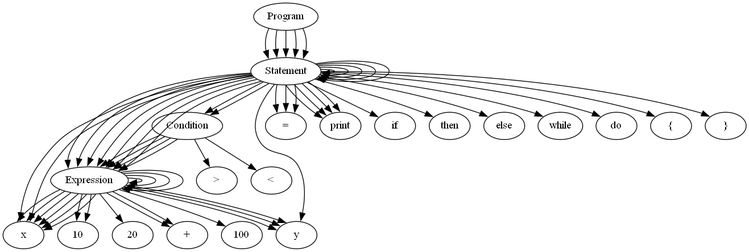
Above: tree.png in JessicaOI/Lab0 (Graphviz), before the change. Its source is kept beside it as tree.dot.
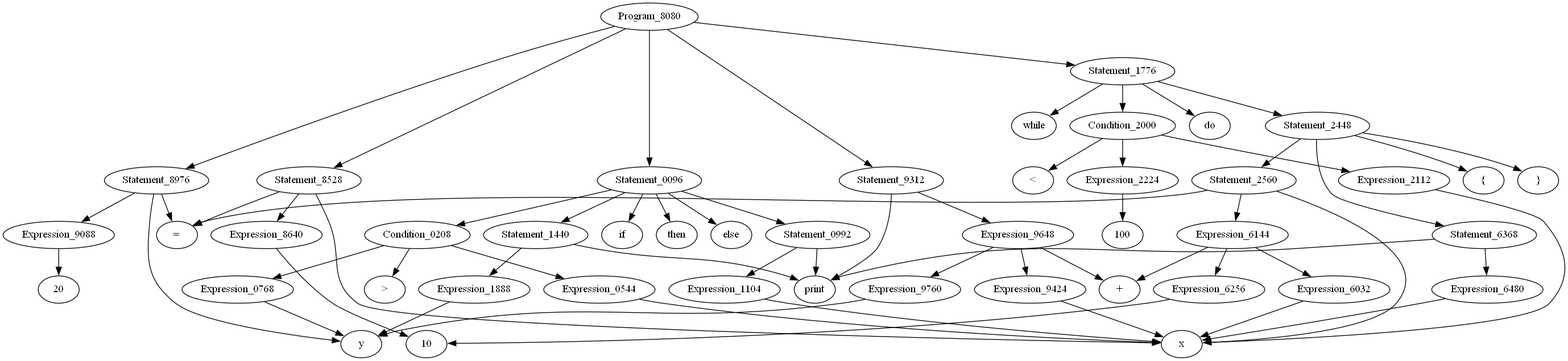
The same file after the commit.

What changed in the source:
```diff
@@ -1,125 +1,131 @@
 digraph tree {
-    "Program";
-    "Statement";
+rankdir=TB;
+nodesep=0.6;
+ranksep=0.8;
+digraph tree {
+    "Program_5264";
+    "Statement_5712";
     "x";
     "=";
-    "Expression";
+    "Expression_5824";
     "10";
-    "Statement";
+    "Statement_6160";
     "y";
     "=";
-    "Expression";
+    "Expression_6272";
     "20";
-    "Statement";
+    "Statement_6496";
     "print";
-    "Expression";
-    "Expression";
+    "Expression_6832";
+    "Expression_6608";
     "x";
     "+";
-    "Expression";
+    "Expression_6944";
     "y";
-    "Statement";
+    "Statement_7280";
     "if";
-    "Condition";
-    "Expression";
+    "Condition_7392";
+    "Expression_7728";
     "x";
     ">";
-    "Expression";
+    "Expression_7952";
     "y";
     "then";
-    "Statement";
+    "Statement_8176";
     "print";
-    "Expression";
+    "Expression_8288";
     "x";
     "else";
-    "Statement";
+    "Statement_8624";
     "print";
-    "Expression";
+    "Expression_9072";
     "y";
-    "Statement";
+    "Statement_8960";
     "while";
-    "Condition";
-    "Expression";
+    "Condition_9184";
+    "Expression_9296";
     "x";
     "<";
-    "Expression";
+    "Expression_9408";
     "100";
     "do";
-    "Statement";
+    "Statement_9632";
     "{";
-    "Statement";
+    "Statement_9744";
     "x";
     "=";
-    "Expression";
-    "Expression";
+    "Expression_3328";
+    "Expression_3216";
     "x";
     "+";
-    "Expression";
+    "Expression_3440";
     "10";
-    "Statement";
+    "Statement_3552";
     "print";
-    "Expression";
+    "Expression_3664";
     "x";
     "}";
-    "Program" -> "Statement";
-    "Program" -> "Statement";
-    "Program" -> "Statement";
-    "Program" -> "Statement";
-    "Program" -> "Statement";
-    "Statement" -> "x";
-    "Statement" -> "=";
-    "Statement" -> "Expression";
-    "Expression" -> "10";
-    "Statement" -> "y";
-    "Statement" -> "=";
-    "Statement" -> "Expression";
-    "Expression" -> "20";
-    "Statement" -> "print";
-    "Statement" -> "Expression";
-    "Expression" -> "Expression";
-    "Expression" -> "+";
-    "Expression" -> "Expression";
-    "Expression" -> "x";
-    "Expression" -> "y";
-    "Statement" -> "if";
-    "Statement" -> "Condition";
-    "Statement" -> "then";
-    "Statement" -> "Statement";
-    "Statement" -> "else";
-    "Statement" -> "Statement";
-    "Condition" -> "Expression";
-    "Condition" -> ">";
-    "Condition" -> "Expression";
-    "Expression" -> "x";
-    "Expression" -> "y";
-    "Statement" -> "print";
-    "Statement" -> "Expression";
-    "Expression" -> "x";
-    "Statement" -> "print";
-    "Statement" -> "Expression";
-    "Expression" -> "y";
-    "Statement" -> "while";
-    "Statement" -> "Condition";
-    "Statement" -> "do";
-    "Statement" -> "Statement";
-    "Condition" -> "Expression";
-    "Condition" -> "<";
-    "Condition" -> "Expression";
-    "Expression" -> "x";
-    "Expression" -> "100";
-    "Statement" -> "{";
-    "Statement" -> "Statement";
-    "Statement" -> "Statement";
-    "Statement" -> "}";
-    "Statement" -> "x";
-    "Statement" -> "=";
-    "Statement" -> "Expression";
-    "Expression" -> "Expression";
-    "Expression" -> "+";
-    "Expression" -> "Expression";
-    "Expression" -> "x";
-    "Expression" -> "10";
-    "Statement" -> "print";
-    "Statement" -> "Expression";
-    "Expression" -> "x";
+    "Program_5264" -> "Statement_5712";
+    "Program_5264" -> "Statement_6160";
+    "Program_5264" -> "Statement_6496";
+    "Program_5264" -> "Statement_7280";
+    "Program_5264" -> "Statement_8960";
+    "Statement_5712" -> "x";
+    "Statement_5712" -> "=";
+    "Statement_5712" -> "Expression_5824";
+    "Expression_5824" -> "10";
+    "Statement_6160" -> "y";
+    "Statement_6160" -> "=";
+    "Statement_6160" -> "Expression_6272";
+    "Expression_6272" -> "20";
+    "Statement_6496" -> "print";
+    "Statement_6496" -> "Expression_6832";
+    "Expression_6832" -> "Expression_6608";
+    "Expression_6832" -> "+";
+    "Expression_6832" -> "Expression_6944";
+    "Expression_6608" -> "x";
+    "Expression_6944" -> "y";
+    "Statement_7280" -> "if";
+    "Statement_7280" -> "Condition_7392";
+    "Statement_7280" -> "then";
+    "Statement_7280" -> "Statement_8176";
+    "Statement_7280" -> "else";
+    "Statement_7280" -> "Statement_8624";
+    "Condition_7392" -> "Expression_7728";
+    "Condition_7392" -> ">";
+    "Condition_7392" -> "Expression_7952";
+    "Expression_7728" -> "x";
+    "Expression_7952" -> "y";
+    "Statement_8176" -> "print";
+    "Statement_8176" -> "Expression_8288";
+    "Expression_8288" -> "x";
+    "Statement_8624" -> "print";
+    "Statement_8624" -> "Expression_9072";
+    "Expression_9072" -> "y";
+    "Statement_8960" -> "while";
+    "Statement_8960" -> "Condition_9184";
+    "Statement_8960" -> "do";
+    "Statement_8960" -> "Statement_9632";
+    "Condition_9184" -> "Expression_9296";
+    "Condition_9184" -> "<";
+    "Condition_9184" -> "Expression_9408";
+    "Expression_9296" -> "x";
+    "Expression_9408" -> "100";
+    "Statement_9632" -> "{";
+    "Statement_9632" -> "Statement_9744";
+    "Statement_9632" -> "Statement_3552";
+    "Statement_9632" -> "}";
+    "Statement_9744" -> "x";
+    "Statement_9744" -> "=";
+    "Statement_9744" -> "Expression_3328";
+    "Expression_3328" -> "Expression_3216";
+    "Expression_3328" -> "+";
+    "Expression_3328" -> "Expression_3440";
+    "Expression_3216" -> "x";
+    "Expression_3440" -> "10";
+    "Statement_3552" -> "print";
+    "Statement_3552" -> "Expression_3664";
+    "Expression_3664" -> "x";
 }
+
+}
```
